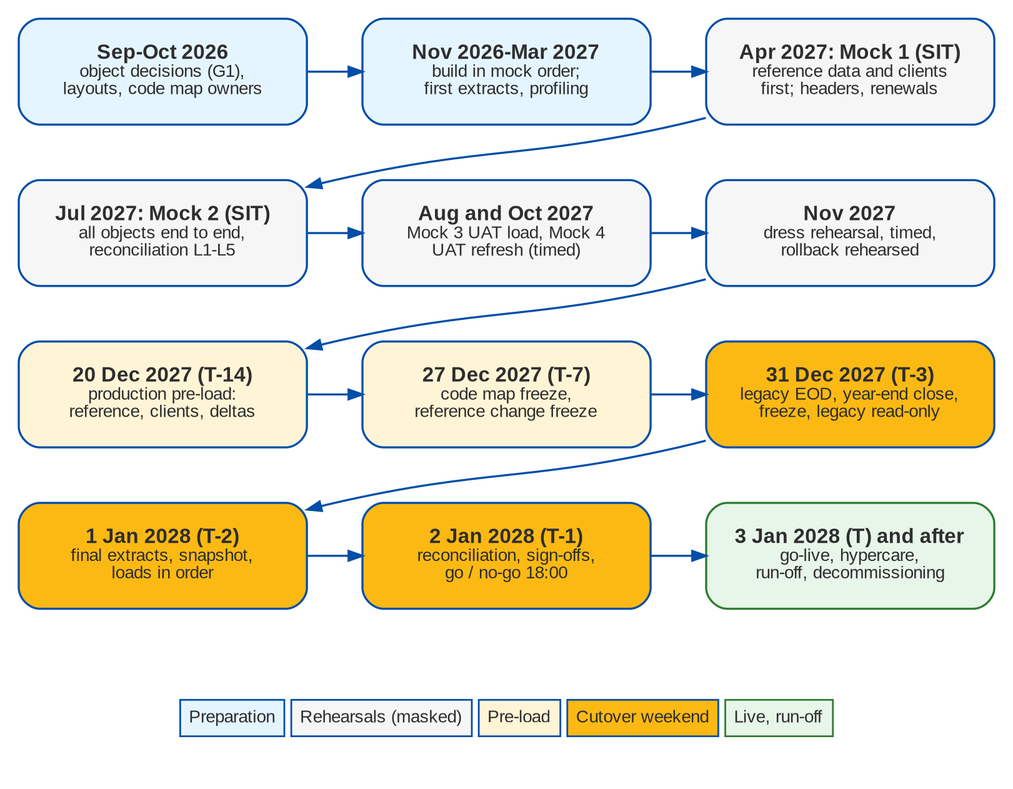
The Graphviz diagram docs/deliverables/src/frs/figures/brd13_cutover_timeline.png in IortaTexhNXT-DEV/FinVerse, before a commit. Its source is kept beside it as docs/deliverables/src/frs/figures/brd13_cutover_timeline.dot. Source of this version:
```dot
digraph dm_cutover {
  graph [rankdir=TB, fontname="Arial", nodesep=0.45, ranksep=0.45, bgcolor="white", pad=0.15, newrank=true];
  node  [shape=box, style="rounded,filled", color="@HEADER_BLUE", penwidth=1.2, fontname="Arial",
         fontsize=12, fontcolor="@NEAR_BLACK", width=2.3, height=0.85, margin="0.12,0.06", fillcolor="@BG_BLUE"];
  edge  [color="@HEADER_BLUE", arrowsize=0.8, penwidth=1.2];

  a1 [label=<<b>Sep-Oct 2026</b><br/><font point-size="10">object decisions (G1),<br/>layouts, code map owners</font>>];
  a2 [label=<<b>Nov 2026-Mar 2027</b><br/><font point-size="10">build in mock order;<br/>first extracts, profiling</font>>];
  a3 [label=<<b>Apr 2027: Mock 1 (SIT)</b><br/><font point-size="10">reference data and clients<br/>first; headers, renewals</font>>, fillcolor="@DIRTY_WHITE"];

  b1 [label=<<b>Jul 2027: Mock 2 (SIT)</b><br/><font point-size="10">all objects end to end,<br/>reconciliation L1-L5</font>>, fillcolor="@DIRTY_WHITE"];
  b2 [label=<<b>Aug and Oct 2027</b><br/><font point-size="10">Mock 3 UAT load, Mock 4<br/>UAT refresh (timed)</font>>, fillcolor="@DIRTY_WHITE"];
  b3 [label=<<b>Nov 2027</b><br/><font point-size="10">dress rehearsal, timed,<br/>rollback rehearsed</font>>, fillcolor="@DIRTY_WHITE"];

  c1 [label=<<b>20 Dec 2027 (T-14)</b><br/><font point-size="10">production pre-load:<br/>reference, clients, deltas</font>>, fillcolor="@AMBER_BG"];
  c2 [label=<<b>27 Dec 2027 (T-7)</b><br/><font point-size="10">code map freeze,<br/>reference change freeze</font>>, fillcolor="@AMBER_BG"];
  c3 [label=<<b>31 Dec 2027 (T-3)</b><br/><font point-size="10">legacy EOD, year-end close,<br/>freeze, legacy read-only</font>>, fillcolor="@YELLOW"];

  d1 [label=<<b>1 Jan 2028 (T-2)</b><br/><font point-size="10">final extracts, snapshot,<br/>loads in order</font>>, fillcolor="@YELLOW"];
  d2 [label=<<b>2 Jan 2028 (T-1)</b><br/><font point-size="10">reconciliation, sign-offs,<br/>go / no-go 18:00</font>>, fillcolor="@YELLOW"];
  d3 [label=<<b>3 Jan 2028 (T) and after</b><br/><font point-size="10">go-live, hypercare,<br/>run-off, decommissioning</font>>, fillcolor="@SUCCESS_BG", color="@SUCCESS"];

  { rank=same; a1; a2; a3; }
  { rank=same; b1; b2; b3; }
  { rank=same; c1; c2; c3; }
  { rank=same; d1; d2; d3; }
  a1 -> a2 -> a3;
  b1 -> b2 -> b3;
  c1 -> c2 -> c3;
  d1 -> d2 -> d3;
  a1 -> b1 -> c1 -> d1 [style=invis, weight=10];
  a2 -> b2 -> c2 -> d2 [style=invis, weight=10];
  a3 -> b3 -> c3 -> d3 [style=invis, weight=10];
  a3 -> b1 [constraint=false];
  b3 -> c1 [constraint=false];
  c3 -> d1 [constraint=false];

  legend [shape=plaintext, style="", label=<
    <table border="0" cellborder="1" cellspacing="4" cellpadding="4">
      <tr>
        <td bgcolor="@BG_BLUE" color="@HEADER_BLUE"><font point-size="10">Preparation</font></td>
        <td bgcolor="@DIRTY_WHITE" color="@HEADER_BLUE"><font point-size="10">Rehearsals (masked)</font></td>
        <td bgcolor="@AMBER_BG" color="@HEADER_BLUE"><font point-size="10">Pre-load</font></td>
        <td bgcolor="@YELLOW" color="@HEADER_BLUE"><font point-size="10">Cutover weekend</font></td>
        <td bgcolor="@SUCCESS_BG" color="@SUCCESS"><font point-size="10">Live, run-off</font></td>
      </tr>
    </table>>];
  d2 -> legend [style=invis];
}
```
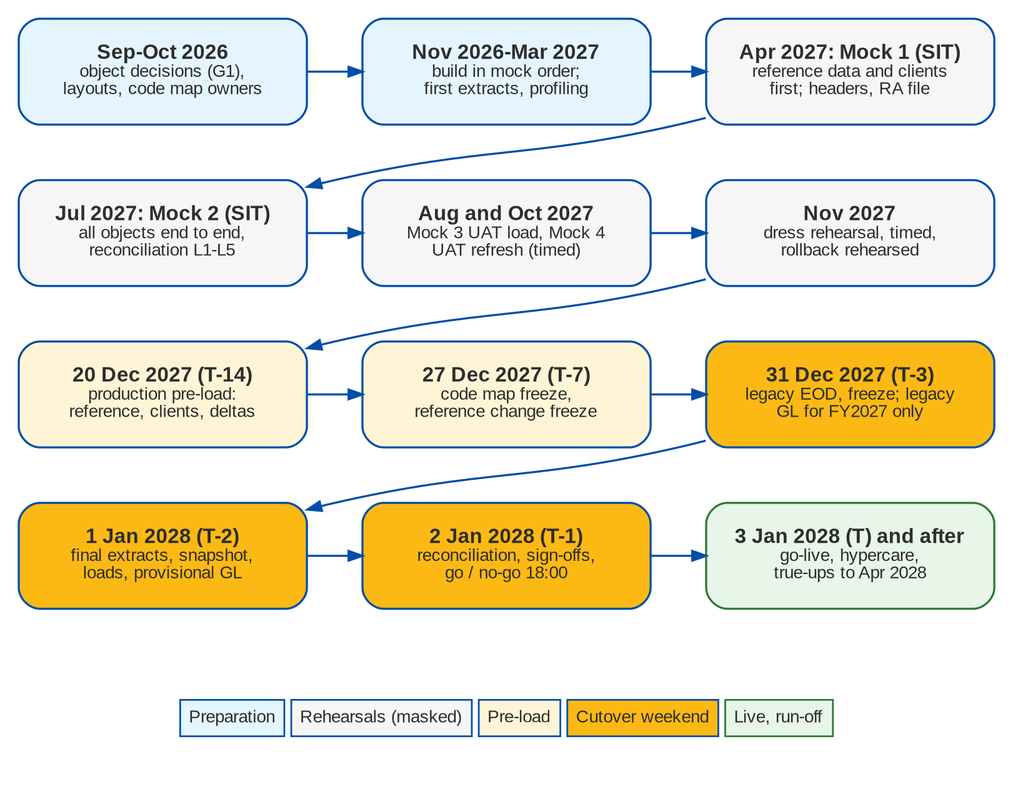
The same file after the commit.

Diff of the diagram source:
```diff
@@ -6,7 +6,7 @@
 
   a1 [label=<<b>Sep-Oct 2026</b><br/><font point-size="10">object decisions (G1),<br/>layouts, code map owners</font>>];
   a2 [label=<<b>Nov 2026-Mar 2027</b><br/><font point-size="10">build in mock order;<br/>first extracts, profiling</font>>];
-  a3 [label=<<b>Apr 2027: Mock 1 (SIT)</b><br/><font point-size="10">reference data and clients<br/>first; headers, renewals</font>>, fillcolor="@DIRTY_WHITE"];
+  a3 [label=<<b>Apr 2027: Mock 1 (SIT)</b><br/><font point-size="10">reference data and clients<br/>first; headers, RA file</font>>, fillcolor="@DIRTY_WHITE"];
 
   b1 [label=<<b>Jul 2027: Mock 2 (SIT)</b><br/><font point-size="10">all objects end to end,<br/>reconciliation L1-L5</font>>, fillcolor="@DIRTY_WHITE"];
   b2 [label=<<b>Aug and Oct 2027</b><br/><font point-size="10">Mock 3 UAT load, Mock 4<br/>UAT refresh (timed)</font>>, fillcolor="@DIRTY_WHITE"];
@@ -14,11 +14,11 @@
 
   c1 [label=<<b>20 Dec 2027 (T-14)</b><br/><font point-size="10">production pre-load:<br/>reference, clients, deltas</font>>, fillcolor="@AMBER_BG"];
   c2 [label=<<b>27 Dec 2027 (T-7)</b><br/><font point-size="10">code map freeze,<br/>reference change freeze</font>>, fillcolor="@AMBER_BG"];
-  c3 [label=<<b>31 Dec 2027 (T-3)</b><br/><font point-size="10">legacy EOD, year-end close,<br/>freeze, legacy read-only</font>>, fillcolor="@YELLOW"];
+  c3 [label=<<b>31 Dec 2027 (T-3)</b><br/><font point-size="10">legacy EOD, freeze; legacy<br/>GL for FY2027 only</font>>, fillcolor="@YELLOW"];
 
-  d1 [label=<<b>1 Jan 2028 (T-2)</b><br/><font point-size="10">final extracts, snapshot,<br/>loads in order</font>>, fillcolor="@YELLOW"];
+  d1 [label=<<b>1 Jan 2028 (T-2)</b><br/><font point-size="10">final extracts, snapshot,<br/>loads, provisional GL</font>>, fillcolor="@YELLOW"];
   d2 [label=<<b>2 Jan 2028 (T-1)</b><br/><font point-size="10">reconciliation, sign-offs,<br/>go / no-go 18:00</font>>, fillcolor="@YELLOW"];
-  d3 [label=<<b>3 Jan 2028 (T) and after</b><br/><font point-size="10">go-live, hypercare,<br/>run-off, decommissioning</font>>, fillcolor="@SUCCESS_BG", color="@SUCCESS"];
+  d3 [label=<<b>3 Jan 2028 (T) and after</b><br/><font point-size="10">go-live, hypercare,<br/>true-ups to Apr 2028</font>>, fillcolor="@SUCCESS_BG", color="@SUCCESS"];
 
   { rank=same; a1; a2; a3; }
   { rank=same; b1; b2; b3; }
```
